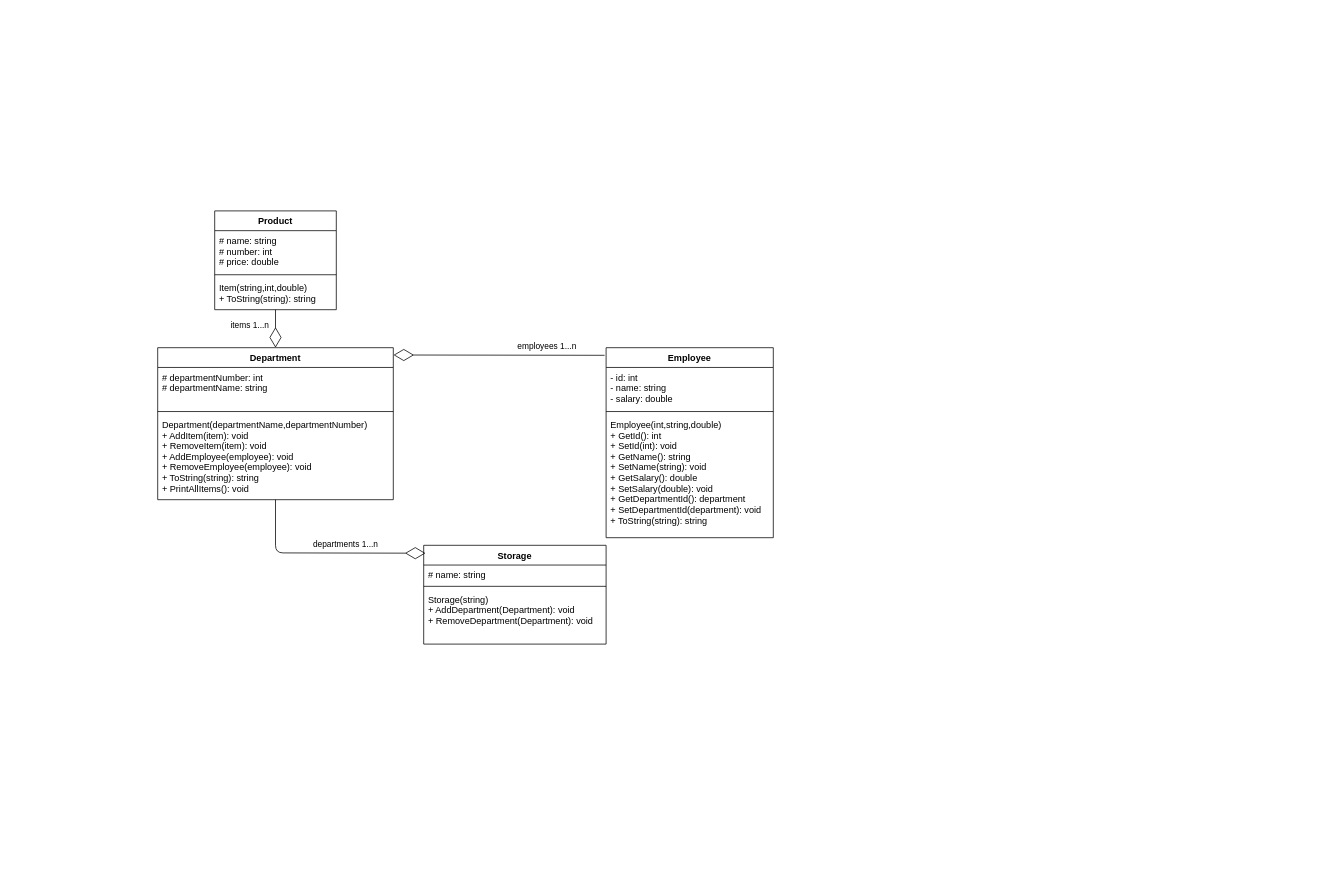
Above: BlackShift-UML Diagram.drawio in Samerhajj/BlackShift (draw.io), before the change. Source tidied: cells renumbered, new cells numbered last; positions are measured from the earlier drawing's top-left corner, leaving out a move shared by most shapes. Both pictures are drawn from the tidied source at 76%, with x=0, y=0 at pixel (157, 211).
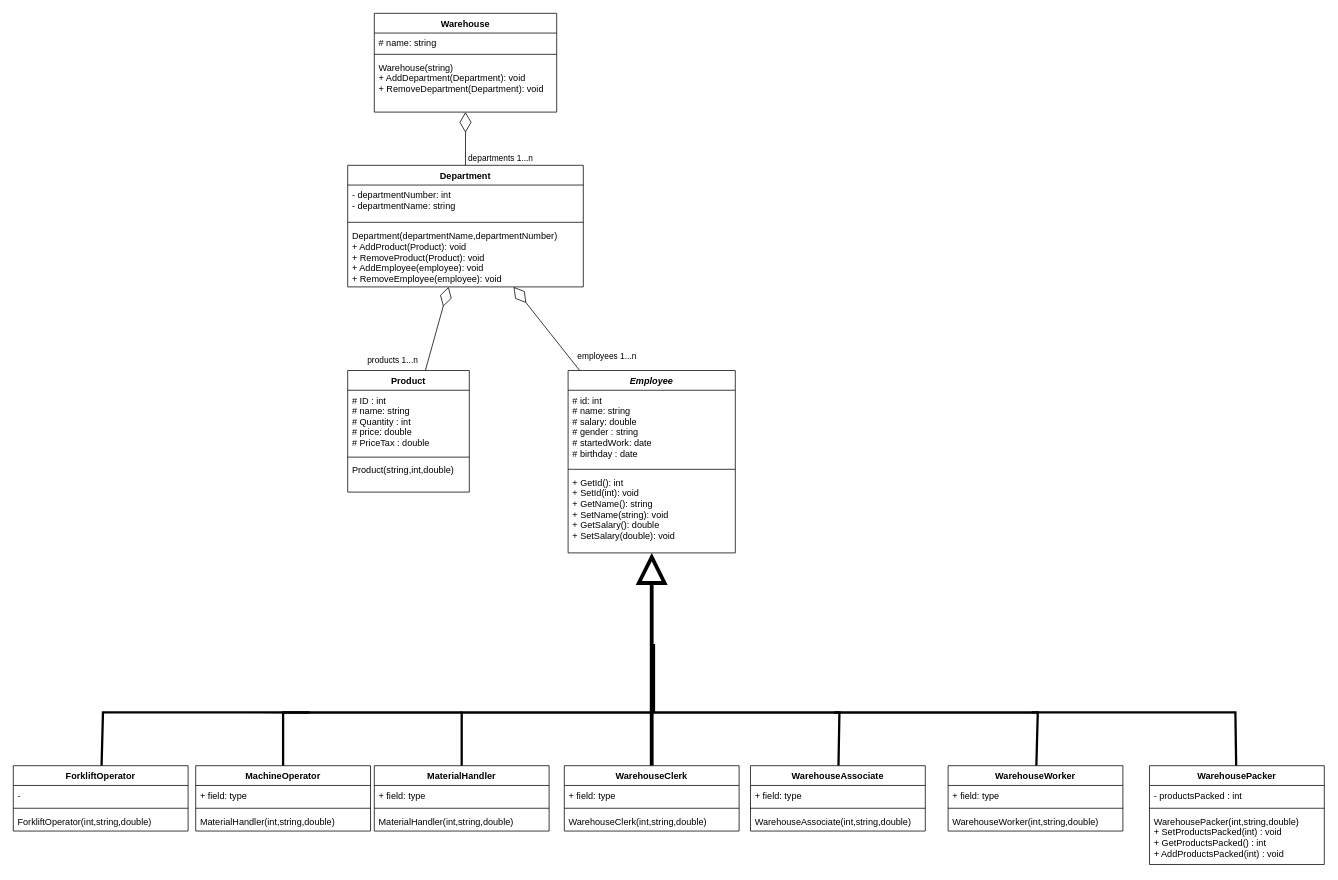
The same page after the edit.

Change to the diagram source:
```diff
@@
     <mxCell id="2" value="Product" style="swimlane;fontStyle=1;align=center;verticalAlign=top;horizontal=1;startSize=26;" parent="1" vertex="1">
-      <mxGeometry x="75" width="160" height="130" as="geometry" />
+      <mxGeometry x="250" y="210" width="160" height="160" as="geometry" />
     </mxCell>
-    <mxCell id="3" value="# name: string&#10;# number: int&#10;# price: double" style="text;strokeColor=none;fillColor=none;align=left;verticalAlign=top;spacingLeft=4;spacingRight=4;overflow=hidden;" parent="2" vertex="1">
-      <mxGeometry y="26" width="160" height="54" as="geometry" />
+    <mxCell id="3" value="# ID : int&#10;# name: string&#10;# Quantity : int&#10;# price: double&#10;# PriceTax : double" style="text;strokeColor=none;fillColor=none;align=left;verticalAlign=top;spacingLeft=4;spacingRight=4;overflow=hidden;" parent="2" vertex="1">
+      <mxGeometry y="26" width="160" height="84" as="geometry" />
     </mxCell>
     <mxCell id="4" style="line;strokeWidth=1;fillColor=none;align=left;verticalAlign=middle;spacingTop=-1;spacingLeft=3;spacingRight=3;labelPosition=right;" parent="2" vertex="1">
-      <mxGeometry y="80" width="160" height="8" as="geometry" />
+      <mxGeometry y="110" width="160" height="8" as="geometry" />
     </mxCell>
-    <mxCell id="5" value="Item(string,int,double)&#10;+ ToString(string): string" style="text;strokeColor=none;fillColor=none;align=left;verticalAlign=top;spacingLeft=4;spacingRight=4;overflow=hidden;points=[[0,0.5],[1,0.5]];portConstraint=eastwest;" parent="2" vertex="1">
-      <mxGeometry y="88" width="160" height="42" as="geometry" />
+    <mxCell id="5" value="Product(string,int,double)" style="text;strokeColor=none;fillColor=none;align=left;verticalAlign=top;spacingLeft=4;spacingRight=4;overflow=hidden;points=[[0,0.5],[1,0.5]];portConstraint=eastwest;" parent="2" vertex="1">
+      <mxGeometry y="118" width="160" height="42" as="geometry" />
     </mxCell>
-    <mxCell id="6" value="Employee" style="swimlane;fontStyle=1;align=center;verticalAlign=top;horizontal=1;startSize=26;" parent="1" vertex="1">
-      <mxGeometry x="590" y="180" width="220" height="250" as="geometry" />
+    <mxCell id="6" value="Employee" style="swimlane;fontStyle=3;align=center;verticalAlign=top;horizontal=1;startSize=26;" parent="1" vertex="1">
+      <mxGeometry x="540" y="210" width="220" height="240" as="geometry" />
     </mxCell>
-    <mxCell id="7" value="- id: int&#10;- name: string&#10;- salary: double" style="text;strokeColor=none;fillColor=none;align=left;verticalAlign=top;spacingLeft=4;spacingRight=4;overflow=hidden;" parent="6" vertex="1">
-      <mxGeometry y="26" width="220" height="54" as="geometry" />
+    <mxCell id="7" value="# id: int&#10;# name: string&#10;# salary: double&#10;# gender : string&#10;# startedWork: date&#10;# birthday : date" style="text;strokeColor=none;fillColor=none;align=left;verticalAlign=top;spacingLeft=4;spacingRight=4;overflow=hidden;" parent="6" vertex="1">
+      <mxGeometry y="26" width="220" height="100" as="geometry" />
     </mxCell>
     <mxCell id="8" style="line;strokeWidth=1;fillColor=none;align=left;verticalAlign=middle;spacingTop=-1;spacingLeft=3;spacingRight=3;labelPosition=right;" parent="6" vertex="1">
-      <mxGeometry y="80" width="220" height="8" as="geometry" />
+      <mxGeometry y="126" width="220" height="8" as="geometry" />
     </mxCell>
-    <mxCell id="9" value="Employee(int,string,double)&#10;+ GetId(): int&#10;+ SetId(int): void&#10;+ GetName(): string&#10;+ SetName(string): void&#10;+ GetSalary(): double&#10;+ SetSalary(double): void&#10;+ GetDepartmentId(): department&#10;+ SetDepartmentId(department): void&#10;+ ToString(string): string" style="text;strokeColor=none;fillColor=none;align=left;verticalAlign=top;spacingLeft=4;spacingRight=4;overflow=hidden;" parent="6" vertex="1">
-      <mxGeometry y="88" width="220" height="162" as="geometry" />
+    <mxCell id="9" value="+ GetId(): int&#10;+ SetId(int): void&#10;+ GetName(): string&#10;+ SetName(string): void&#10;+ GetSalary(): double&#10;+ SetSalary(double): void" style="text;strokeColor=none;fillColor=none;align=left;verticalAlign=top;spacingLeft=4;spacingRight=4;overflow=hidden;" parent="6" vertex="1">
+      <mxGeometry y="134" width="220" height="106" as="geometry" />
     </mxCell>
-    <mxCell id="10" style="endArrow=diamondThin;endFill=0;endSize=24;html=1;strokeWidth=1;entryX=1.001;entryY=0.048;entryDx=0;entryDy=0;entryPerimeter=0;" parent="1" edge="1" target="14">
-      <mxGeometry relative="1" as="geometry">
-        <mxPoint x="588" y="190" as="sourcePoint" />
-      </mxGeometry>
+    <mxCell id="10" style="endArrow=diamondThin;endFill=0;endSize=24;html=1;strokeWidth=1;" parent="1" edge="1" source="6" target="14">
+      <mxGeometry relative="1" as="geometry" />
     </mxCell>
     <mxCell id="11" value="employees 1...n" style="edgeLabel;html=1;align=center;verticalAlign=middle;" parent="10" vertex="1">
       <mxGeometry x="-0.57" y="1" relative="1" as="geometry">
-        <mxPoint x="-16.9" y="-13.7" as="offset" />
+        <mxPoint x="54.3" y="3.8" as="offset" />
       </mxGeometry>
     </mxCell>
-    <mxCell id="12" style="endArrow=diamondThin;endFill=0;endSize=24;html=1;strokeWidth=1;" parent="1" edge="1" source="5" target="14">
+    <mxCell id="12" style="endArrow=diamondThin;endFill=0;endSize=24;html=1;strokeWidth=1;" parent="1" edge="1" source="2" target="14">
       <mxGeometry relative="1" as="geometry" />
     </mxCell>
-    <mxCell id="13" value="items 1...n" style="edgeLabel;html=1;align=center;verticalAlign=middle;" parent="12" vertex="1">
+    <mxCell id="13" value="products&amp;nbsp;1...n" style="edgeLabel;html=1;align=center;verticalAlign=middle;" parent="12" vertex="1">
       <mxGeometry x="-0.57" y="1" relative="1" as="geometry">
-        <mxPoint x="-36" y="9.1" as="offset" />
+        <mxPoint x="-49.8" y="9.8" as="offset" />
       </mxGeometry>
     </mxCell>
     <mxCell id="14" value="Department" style="swimlane;fontStyle=1;align=center;verticalAlign=top;horizontal=1;startSize=26;" parent="1" vertex="1">
-      <mxGeometry y="180" width="310" height="200" as="geometry" />
+      <mxGeometry x="250" y="-60" width="310" height="160" as="geometry" />
     </mxCell>
-    <mxCell id="15" value="# departmentNumber: int&#10;# departmentName: string" style="text;strokeColor=none;fillColor=none;align=left;verticalAlign=top;spacingLeft=4;spacingRight=4;overflow=hidden;" parent="14" vertex="1">
-      <mxGeometry y="26" width="310" height="54" as="geometry" />
+    <mxCell id="15" value="- departmentNumber: int&#10;- departmentName: string" style="text;strokeColor=none;fillColor=none;align=left;verticalAlign=top;spacingLeft=4;spacingRight=4;overflow=hidden;" parent="14" vertex="1">
+      <mxGeometry y="26" width="310" height="44" as="geometry" />
     </mxCell>
     <mxCell id="16" style="line;strokeWidth=1;fillColor=none;align=left;verticalAlign=middle;spacingTop=-1;spacingLeft=3;spacingRight=3;labelPosition=right;" parent="14" vertex="1">
-      <mxGeometry y="80" width="310" height="8" as="geometry" />
+      <mxGeometry y="70" width="310" height="10" as="geometry" />
     </mxCell>
-    <mxCell id="17" value="Department(departmentName,departmentNumber)&#10;+ AddItem(item): void&#10;+ RemoveItem(item): void&#10;+ AddEmployee(employee): void&#10;+ RemoveEmployee(employee): void&#10;+ ToString(string): string&#10;+ PrintAllItems(): void" style="text;strokeColor=none;fillColor=none;align=left;verticalAlign=top;spacingLeft=4;spacingRight=4;overflow=hidden;points=[[0,0.5],[1,0.5]];portConstraint=eastwest;" parent="14" vertex="1">
-      <mxGeometry y="88" width="310" height="112" as="geometry" />
+    <mxCell id="17" value="Department(departmentName,departmentNumber)&#10;+ AddProduct(Product): void&#10;+ RemoveProduct(Product): void&#10;+ AddEmployee(employee): void&#10;+ RemoveEmployee(employee): void" style="text;strokeColor=none;fillColor=none;align=left;verticalAlign=top;spacingLeft=4;spacingRight=4;overflow=hidden;points=[[0,0.5],[1,0.5]];portConstraint=eastwest;" parent="14" vertex="1">
+      <mxGeometry y="80" width="310" height="80" as="geometry" />
     </mxCell>
-    <mxCell id="18" value="Storage" style="swimlane;fontStyle=1;align=center;verticalAlign=top;horizontal=1;startSize=26;" parent="1" vertex="1">
-      <mxGeometry x="350" y="440" width="240" height="130" as="geometry" />
+    <mxCell id="18" value="Warehouse" style="swimlane;fontStyle=1;align=center;verticalAlign=top;horizontal=1;startSize=26;" parent="1" vertex="1">
+      <mxGeometry x="285" y="-260" width="240" height="130" as="geometry" />
     </mxCell>
@@
-    <mxCell id="21" value="Storage(string)&#10;+ AddDepartment(Department): void&#10;+ RemoveDepartment(Department): void" style="text;strokeColor=none;fillColor=none;align=left;verticalAlign=top;spacingLeft=4;spacingRight=4;overflow=hidden;" parent="18" vertex="1">
+    <mxCell id="21" value="Warehouse(string)&#10;+ AddDepartment(Department): void&#10;+ RemoveDepartment(Department): void" style="text;strokeColor=none;fillColor=none;align=left;verticalAlign=top;spacingLeft=4;spacingRight=4;overflow=hidden;" parent="18" vertex="1">
       <mxGeometry y="58" width="240" height="72" as="geometry" />
     </mxCell>
-    <mxCell id="22" style="endArrow=diamondThin;endFill=0;endSize=24;html=1;strokeWidth=1;entryX=0.01;entryY=0.08;entryDx=0;entryDy=0;entryPerimeter=0;" parent="1" edge="1" source="17" target="18">
-      <mxGeometry relative="1" as="geometry">
-        <Array as="points">
-          <mxPoint x="155" y="450" />
-        </Array>
-      </mxGeometry>
+    <mxCell id="22" style="endArrow=diamondThin;endFill=0;endSize=24;html=1;strokeWidth=1;" parent="1" edge="1" source="14" target="18">
+      <mxGeometry relative="1" as="geometry" />
     </mxCell>
     <mxCell id="23" value="departments 1...n" style="edgeLabel;html=1;align=center;verticalAlign=middle;" parent="22" vertex="1">
       <mxGeometry x="-0.57" y="1" relative="1" as="geometry">
-        <mxPoint x="90" y="1.4" as="offset" />
+        <mxPoint x="46" y="5.2" as="offset" />
       </mxGeometry>
     </mxCell>
+    <mxCell id="24" style="endArrow=block;endFill=0;endSize=29;html=1;strokeWidth=5;rounded=1;startSize=7;" parent="1" edge="1" source="43" target="6">
+      <mxGeometry relative="1" as="geometry" />
+    </mxCell>
+    <mxCell id="25" style="endArrow=none;endFill=0;endSize=12;html=1;strokeWidth=3;rounded=0;" parent="1" edge="1" target="31">
+      <mxGeometry relative="1" as="geometry">
+        <mxPoint x="890" y="660" as="sourcePoint" />
+        <Array as="points">
+          <mxPoint x="1158" y="660" />
+        </Array>
+      </mxGeometry>
+    </mxCell>
+    <mxCell id="26" style="endArrow=none;endFill=0;endSize=12;html=1;strokeWidth=3;rounded=0;" parent="1" edge="1" target="39">
+      <mxGeometry relative="1" as="geometry">
+        <mxPoint x="653" y="570" as="sourcePoint" />
+        <Array as="points">
+          <mxPoint x="653" y="660" />
+          <mxPoint x="897" y="660" />
+        </Array>
+      </mxGeometry>
+    </mxCell>
+    <mxCell id="27" style="endArrow=none;endFill=0;endSize=12;html=1;strokeWidth=3;rounded=0;" parent="1" edge="1" target="35">
+      <mxGeometry relative="1" as="geometry">
+        <mxPoint x="1150" y="659.8" as="sourcePoint" />
+        <Array as="points">
+          <mxPoint x="1418" y="659.8" />
+        </Array>
+      </mxGeometry>
+    </mxCell>
+    <mxCell id="28" style="endArrow=none;endFill=0;endSize=12;html=1;strokeWidth=3;rounded=0;" parent="1" edge="1" target="55">
+      <mxGeometry relative="1" as="geometry">
+        <mxPoint x="200" y="660" as="sourcePoint" />
+        <Array as="points">
+          <mxPoint x="-72" y="659.8" />
+        </Array>
+      </mxGeometry>
+    </mxCell>
+    <mxCell id="29" style="endArrow=none;endFill=0;endSize=12;html=1;strokeWidth=3;rounded=0;jumpStyle=none;" parent="1" edge="1" source="47">
+      <mxGeometry relative="1" as="geometry">
+        <mxPoint x="650" y="570" as="targetPoint" />
+        <Array as="points">
+          <mxPoint x="400" y="660" />
+          <mxPoint x="650" y="660" />
+        </Array>
+      </mxGeometry>
+    </mxCell>
+    <mxCell id="30" style="endArrow=none;endFill=0;endSize=12;html=1;strokeWidth=3;rounded=0;" parent="1" edge="1" source="51">
+      <mxGeometry relative="1" as="geometry">
+        <mxPoint x="400" y="660" as="targetPoint" />
+        <Array as="points">
+          <mxPoint x="165" y="660" />
+        </Array>
+      </mxGeometry>
+    </mxCell>
+    <mxCell id="31" value="WarehouseWorker" style="swimlane;fontStyle=1;align=center;verticalAlign=top;horizontal=1;startSize=26;" parent="1" vertex="1">
+      <mxGeometry x="1040" y="730" width="230" height="86" as="geometry" />
+    </mxCell>
+    <mxCell id="32" value="+ field: type" style="text;strokeColor=none;fillColor=none;align=left;verticalAlign=top;spacingLeft=4;spacingRight=4;overflow=hidden;" parent="31" vertex="1">
+      <mxGeometry y="26" width="230" height="26" as="geometry" />
+    </mxCell>
+    <mxCell id="33" style="line;strokeWidth=1;fillColor=none;align=left;verticalAlign=middle;spacingTop=-1;spacingLeft=3;spacingRight=3;labelPosition=right;" parent="31" vertex="1">
+      <mxGeometry y="52" width="230" height="8" as="geometry" />
+    </mxCell>
+    <mxCell id="34" value="WarehouseWorker(int,string,double)" style="text;strokeColor=none;fillColor=none;align=left;verticalAlign=top;spacingLeft=4;spacingRight=4;overflow=hidden;" parent="31" vertex="1">
+      <mxGeometry y="60" width="230" height="26" as="geometry" />
+    </mxCell>
+    <mxCell id="35" value="WarehousePacker" style="swimlane;fontStyle=1;align=center;verticalAlign=top;horizontal=1;startSize=26;" parent="1" vertex="1">
+      <mxGeometry x="1305" y="730" width="230" height="130" as="geometry" />
+    </mxCell>
+    <mxCell id="36" value="- productsPacked : int" style="text;strokeColor=none;fillColor=none;align=left;verticalAlign=top;spacingLeft=4;spacingRight=4;overflow=hidden;" parent="35" vertex="1">
+      <mxGeometry y="26" width="230" height="26" as="geometry" />
+    </mxCell>
+    <mxCell id="37" style="line;strokeWidth=1;fillColor=none;align=left;verticalAlign=middle;spacingTop=-1;spacingLeft=3;spacingRight=3;labelPosition=right;" parent="35" vertex="1">
+      <mxGeometry y="52" width="230" height="8" as="geometry" />
+    </mxCell>
+    <mxCell id="38" value="WarehousePacker(int,string,double)&#10;+ SetProductsPacked(int) : void&#10;+ GetProductsPacked() : int&#10;+ AddProductsPacked(int) : void&#10;" style="text;strokeColor=none;fillColor=none;align=left;verticalAlign=top;spacingLeft=4;spacingRight=4;overflow=hidden;" parent="35" vertex="1">
+      <mxGeometry y="60" width="230" height="70" as="geometry" />
+    </mxCell>
+    <mxCell id="39" value="WarehouseAssociate" style="swimlane;fontStyle=1;align=center;verticalAlign=top;horizontal=1;startSize=26;" parent="1" vertex="1">
+      <mxGeometry x="780" y="730" width="230" height="86" as="geometry" />
+    </mxCell>
+    <mxCell id="40" value="+ field: type" style="text;strokeColor=none;fillColor=none;align=left;verticalAlign=top;spacingLeft=4;spacingRight=4;overflow=hidden;" parent="39" vertex="1">
+      <mxGeometry y="26" width="230" height="26" as="geometry" />
+    </mxCell>
+    <mxCell id="41" style="line;strokeWidth=1;fillColor=none;align=left;verticalAlign=middle;spacingTop=-1;spacingLeft=3;spacingRight=3;labelPosition=right;" parent="39" vertex="1">
+      <mxGeometry y="52" width="230" height="8" as="geometry" />
+    </mxCell>
+    <mxCell id="42" value="WarehouseAssociate(int,string,double)" style="text;strokeColor=none;fillColor=none;align=left;verticalAlign=top;spacingLeft=4;spacingRight=4;overflow=hidden;" parent="39" vertex="1">
+      <mxGeometry y="60" width="230" height="26" as="geometry" />
+    </mxCell>
+    <mxCell id="43" value="WarehouseClerk" style="swimlane;fontStyle=1;align=center;verticalAlign=top;horizontal=1;startSize=26;" parent="1" vertex="1">
+      <mxGeometry x="535" y="730" width="230" height="86" as="geometry" />
+    </mxCell>
+    <mxCell id="44" value="+ field: type" style="text;strokeColor=none;fillColor=none;align=left;verticalAlign=top;spacingLeft=4;spacingRight=4;overflow=hidden;" parent="43" vertex="1">
+      <mxGeometry y="26" width="230" height="26" as="geometry" />
+    </mxCell>
+    <mxCell id="45" style="line;strokeWidth=1;fillColor=none;align=left;verticalAlign=middle;spacingTop=-1;spacingLeft=3;spacingRight=3;labelPosition=right;" parent="43" vertex="1">
+      <mxGeometry y="52" width="230" height="8" as="geometry" />
+    </mxCell>
+    <mxCell id="46" value="WarehouseClerk(int,string,double)" style="text;strokeColor=none;fillColor=none;align=left;verticalAlign=top;spacingLeft=4;spacingRight=4;overflow=hidden;" parent="43" vertex="1">
+      <mxGeometry y="60" width="230" height="26" as="geometry" />
+    </mxCell>
+    <mxCell id="47" value="MaterialHandler" style="swimlane;fontStyle=1;align=center;verticalAlign=top;horizontal=1;startSize=26;" parent="1" vertex="1">
+      <mxGeometry x="285" y="730" width="230" height="86" as="geometry" />
+    </mxCell>
+    <mxCell id="48" value="+ field: type" style="text;strokeColor=none;fillColor=none;align=left;verticalAlign=top;spacingLeft=4;spacingRight=4;overflow=hidden;" parent="47" vertex="1">
+      <mxGeometry y="26" width="230" height="26" as="geometry" />
+    </mxCell>
+    <mxCell id="49" style="line;strokeWidth=1;fillColor=none;align=left;verticalAlign=middle;spacingTop=-1;spacingLeft=3;spacingRight=3;labelPosition=right;" parent="47" vertex="1">
+      <mxGeometry y="52" width="230" height="8" as="geometry" />
+    </mxCell>
+    <mxCell id="50" value="MaterialHandler(int,string,double)" style="text;strokeColor=none;fillColor=none;align=left;verticalAlign=top;spacingLeft=4;spacingRight=4;overflow=hidden;" parent="47" vertex="1">
+      <mxGeometry y="60" width="230" height="26" as="geometry" />
+    </mxCell>
+    <mxCell id="51" value="MachineOperator" style="swimlane;fontStyle=1;align=center;verticalAlign=top;horizontal=1;startSize=26;" parent="1" vertex="1">
+      <mxGeometry x="50" y="730" width="230" height="86" as="geometry" />
+    </mxCell>
+    <mxCell id="52" value="+ field: type" style="text;strokeColor=none;fillColor=none;align=left;verticalAlign=top;spacingLeft=4;spacingRight=4;overflow=hidden;" parent="51" vertex="1">
+      <mxGeometry y="26" width="230" height="26" as="geometry" />
+    </mxCell>
+    <mxCell id="53" style="line;strokeWidth=1;fillColor=none;align=left;verticalAlign=middle;spacingTop=-1;spacingLeft=3;spacingRight=3;labelPosition=right;" parent="51" vertex="1">
+      <mxGeometry y="52" width="230" height="8" as="geometry" />
+    </mxCell>
+    <mxCell id="54" value="MaterialHandler(int,string,double)" style="text;strokeColor=none;fillColor=none;align=left;verticalAlign=top;spacingLeft=4;spacingRight=4;overflow=hidden;" parent="51" vertex="1">
+      <mxGeometry y="60" width="230" height="26" as="geometry" />
+    </mxCell>
+    <mxCell id="55" value="ForkliftOperator" style="swimlane;fontStyle=1;align=center;verticalAlign=top;horizontal=1;startSize=26;" parent="1" vertex="1">
+      <mxGeometry x="-190" y="730" width="230" height="86" as="geometry" />
+    </mxCell>
+    <mxCell id="56" value="- " style="text;strokeColor=none;fillColor=none;align=left;verticalAlign=top;spacingLeft=4;spacingRight=4;overflow=hidden;" parent="55" vertex="1">
+      <mxGeometry y="26" width="230" height="26" as="geometry" />
+    </mxCell>
+    <mxCell id="57" style="line;strokeWidth=1;fillColor=none;align=left;verticalAlign=middle;spacingTop=-1;spacingLeft=3;spacingRight=3;labelPosition=right;" parent="55" vertex="1">
+      <mxGeometry y="52" width="230" height="8" as="geometry" />
+    </mxCell>
+    <mxCell id="58" value="ForkliftOperator(int,string,double)" style="text;strokeColor=none;fillColor=none;align=left;verticalAlign=top;spacingLeft=4;spacingRight=4;overflow=hidden;" parent="55" vertex="1">
+      <mxGeometry y="60" width="230" height="26" as="geometry" />
+    </mxCell>
```
